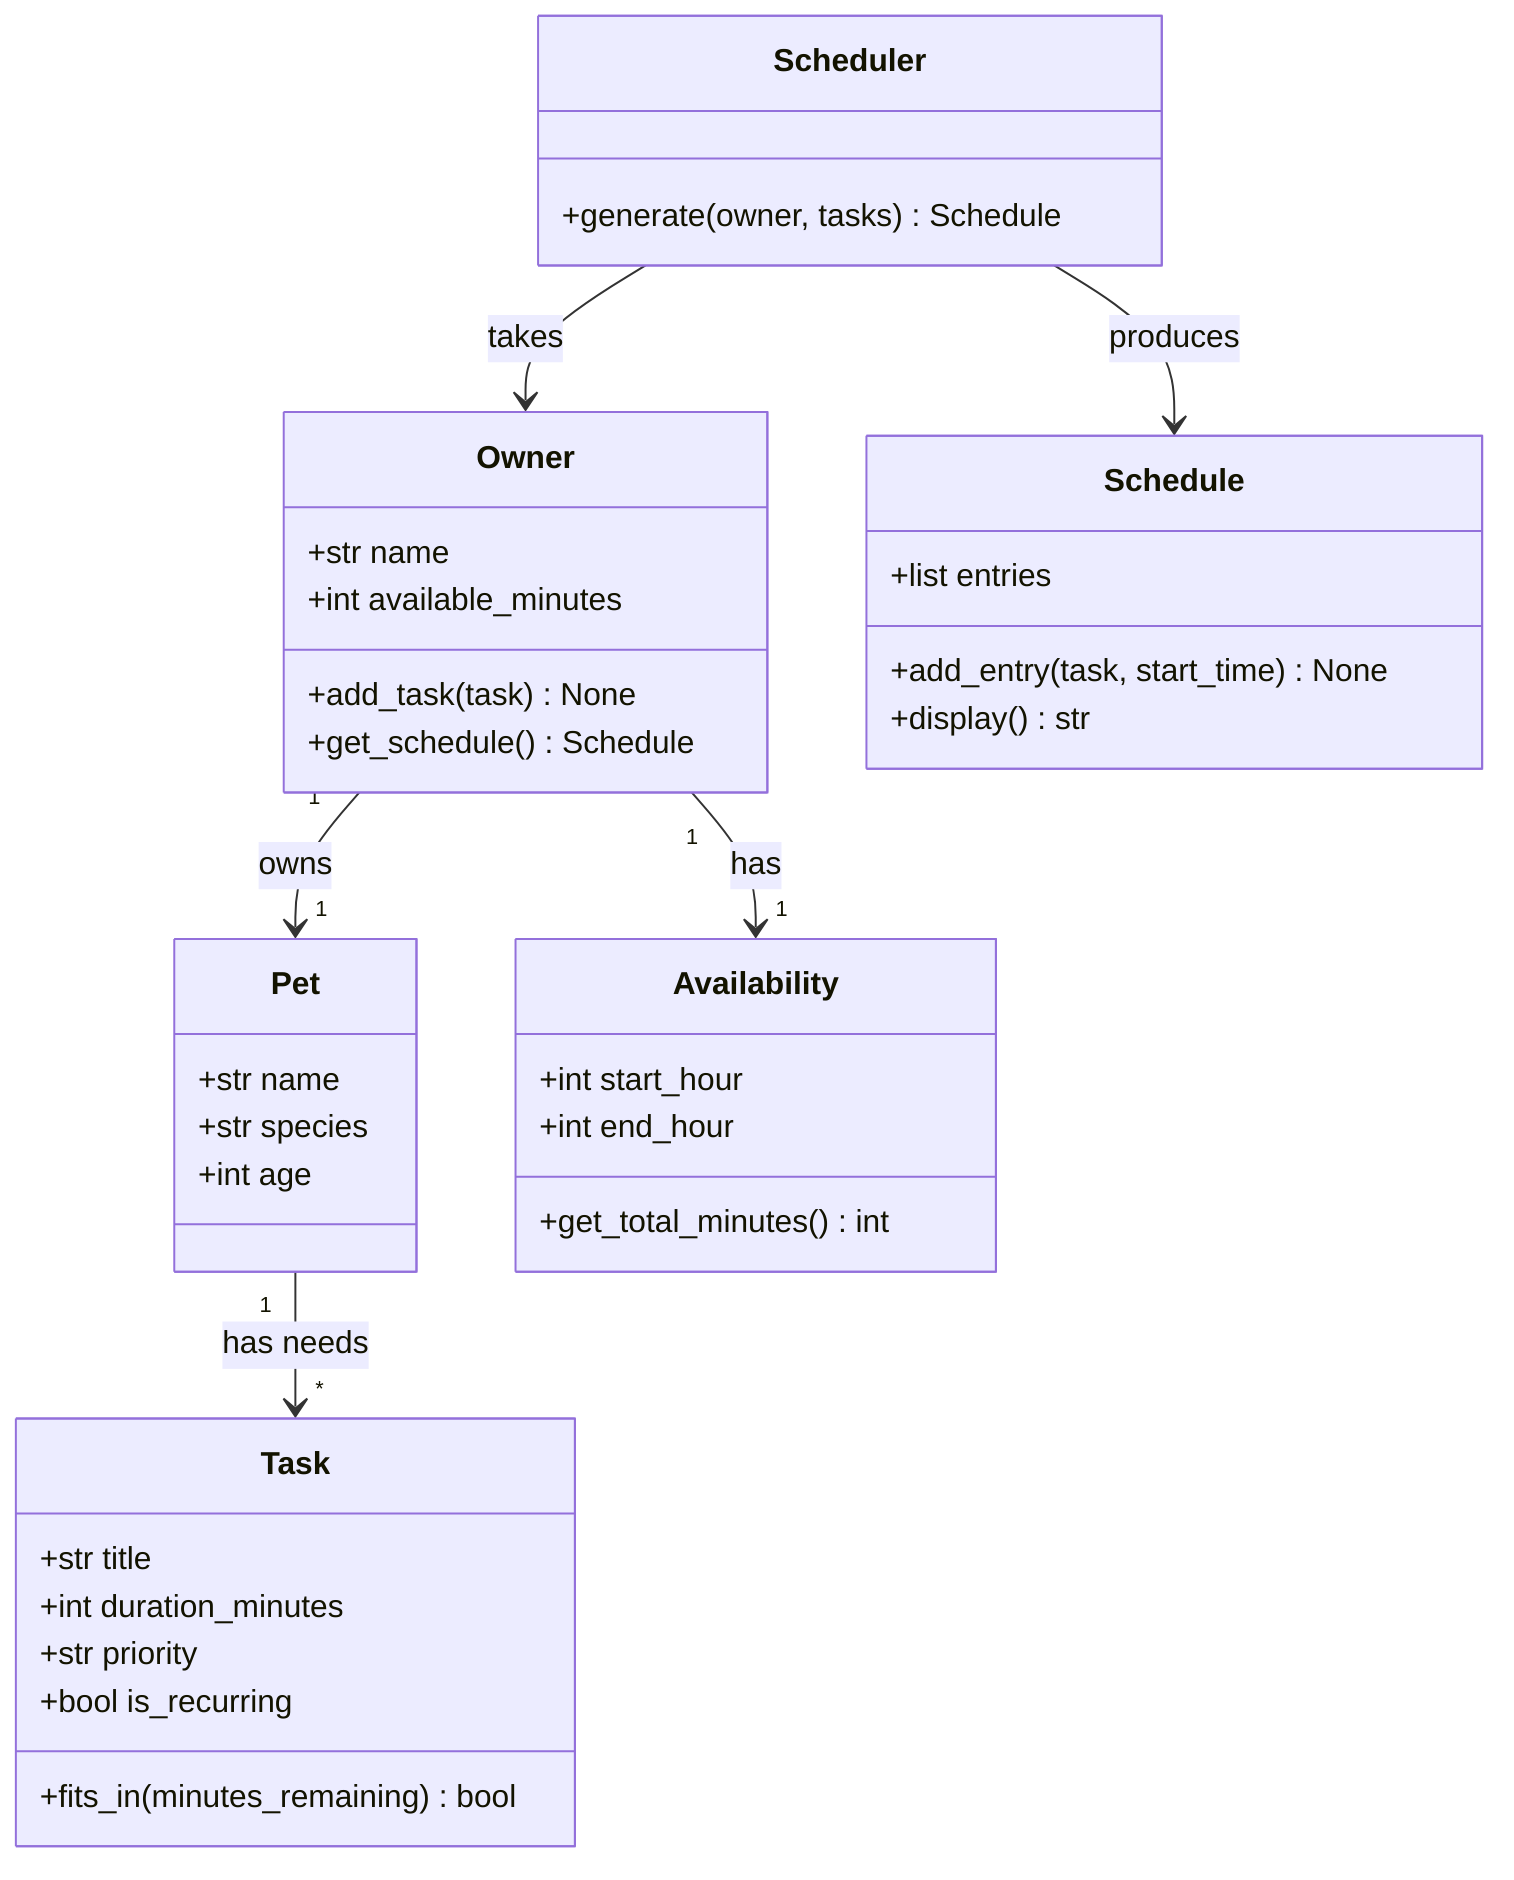
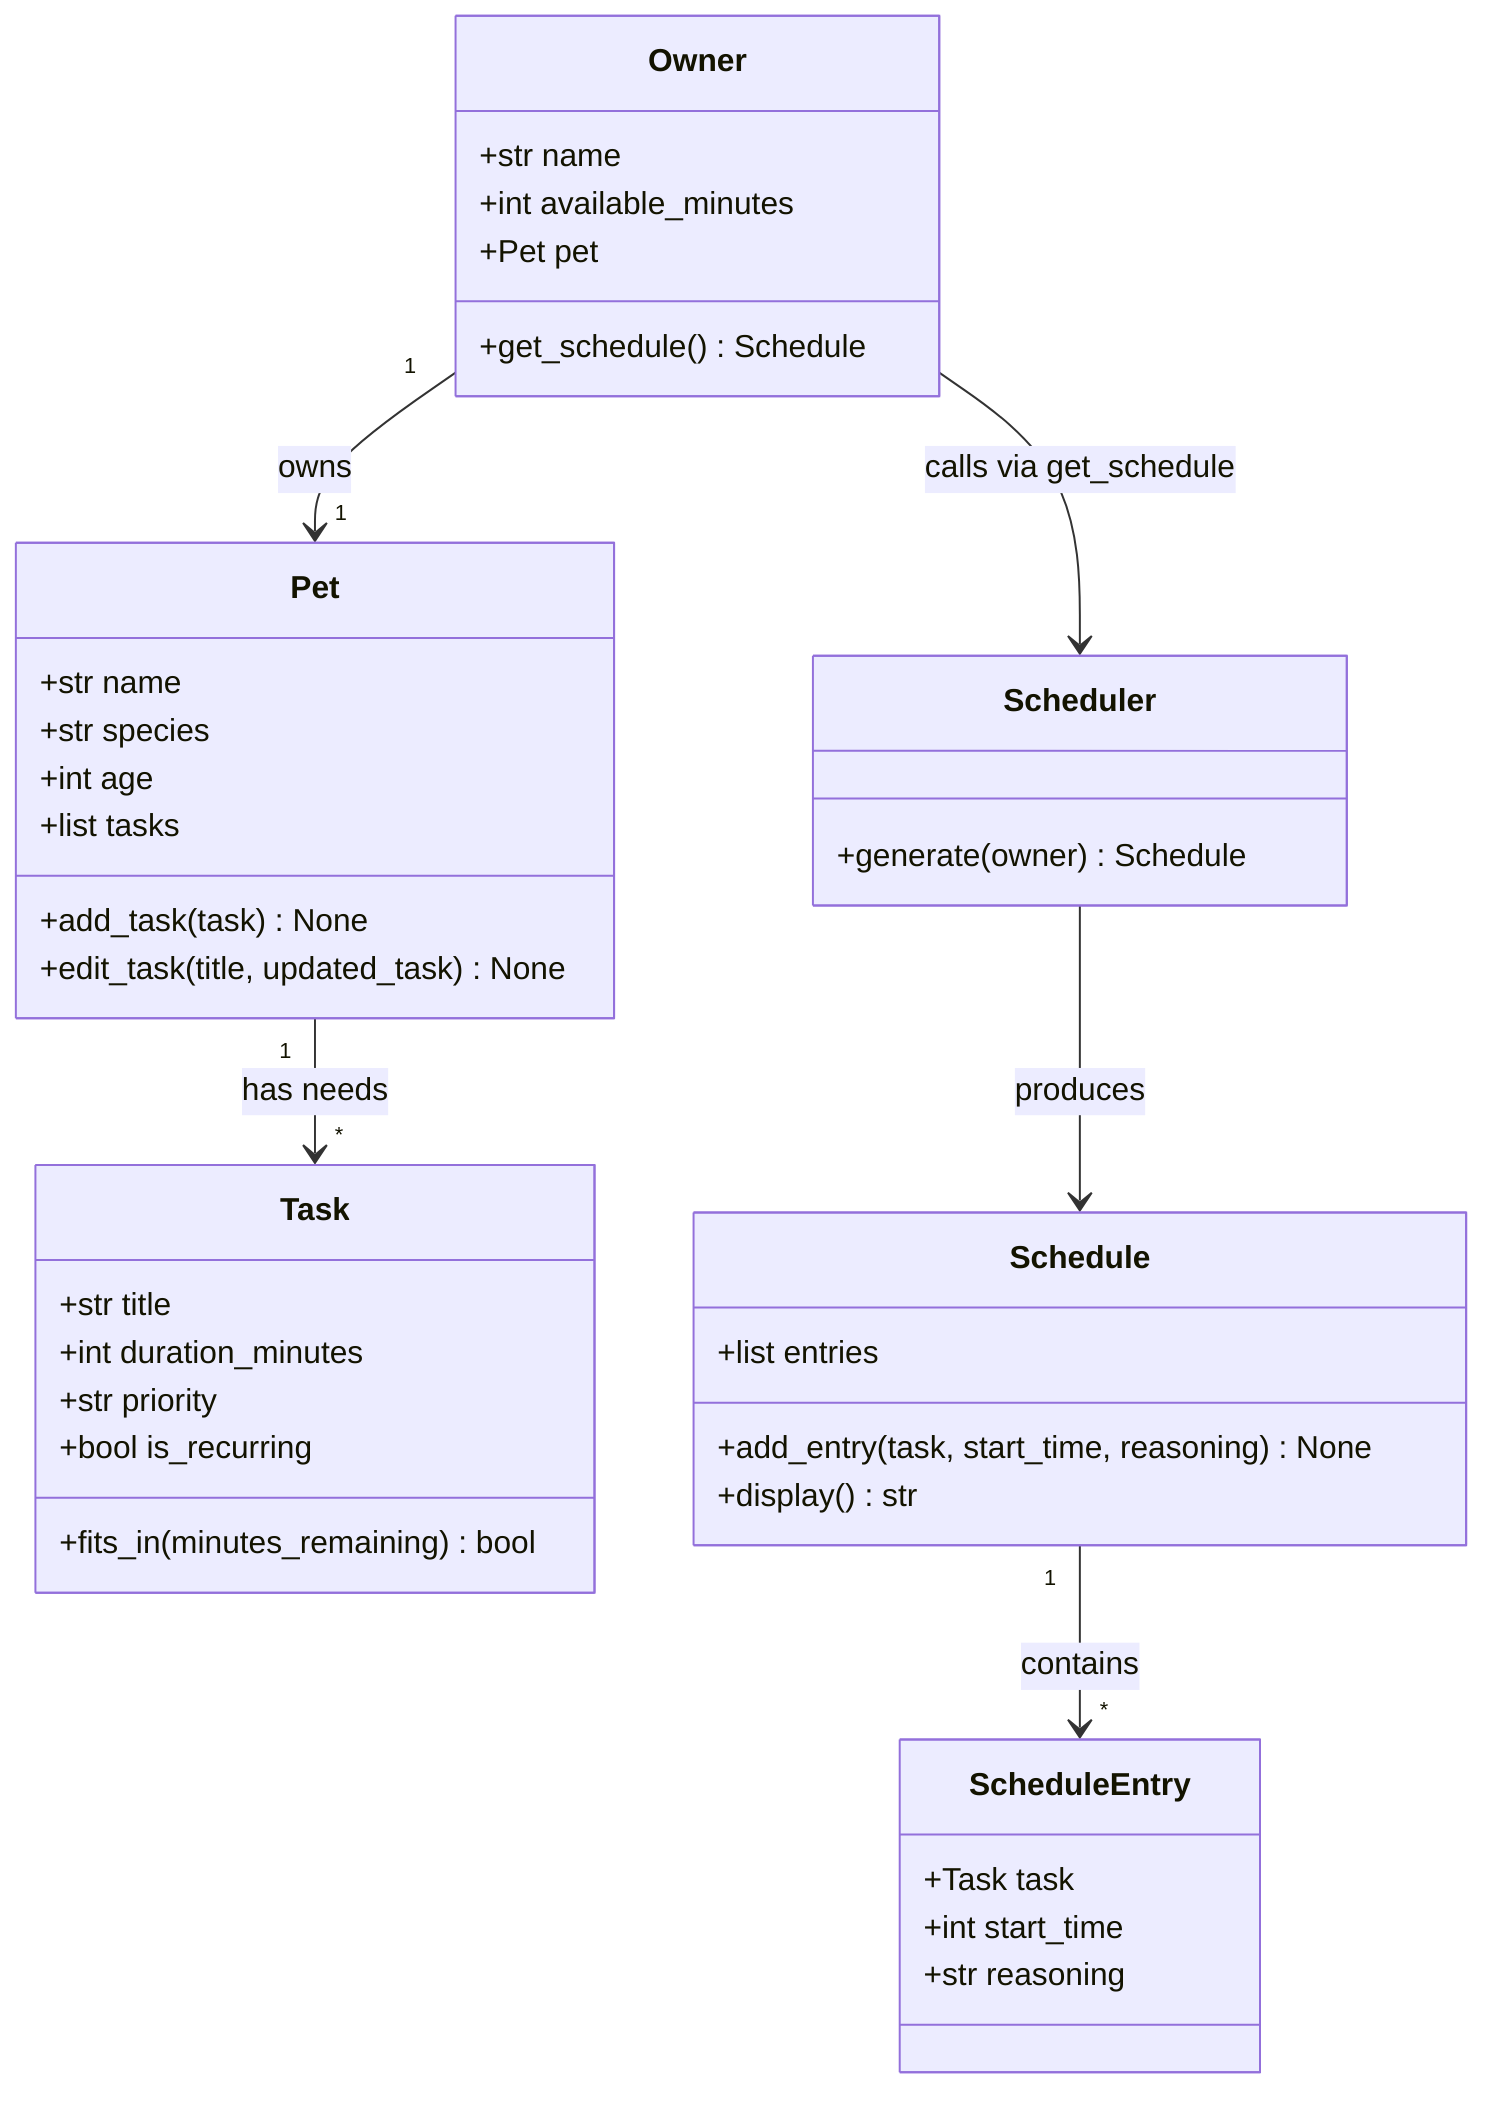
classDiagram
    class Owner {
        +str name
        +int available_minutes
-         +add_task(task) None
+         +Pet pet
        +get_schedule() Schedule
    }

    class Pet {
        +str name
        +str species
        +int age
+         +list tasks
+         +add_task(task) None
+         +edit_task(title, updated_task) None
    }

    class Task {
        +str title
        +int duration_minutes
        +str priority
        +bool is_recurring
        +fits_in(minutes_remaining) bool
    }

-     class Availability {
-         +int start_hour
-         +int end_hour
-         +get_total_minutes() int
+     class ScheduleEntry {
+         +Task task
+         +int start_time
+         +str reasoning
    }

    class Schedule {
        +list entries
-         +add_entry(task, start_time) None
+         +add_entry(task, start_time, reasoning) None
        +display() str
    }

    class Scheduler {
-         +generate(owner, tasks) Schedule
+         +generate(owner) Schedule
    }

    Owner "1" --> "1" Pet : owns
    Pet "1" --> "*" Task : has needs
-     Owner "1" --> "1" Availability : has
-     Scheduler --> Owner : takes
+     Owner --> Scheduler : calls via get_schedule
    Scheduler --> Schedule : produces
+     Schedule "1" --> "*" ScheduleEntry : contains
